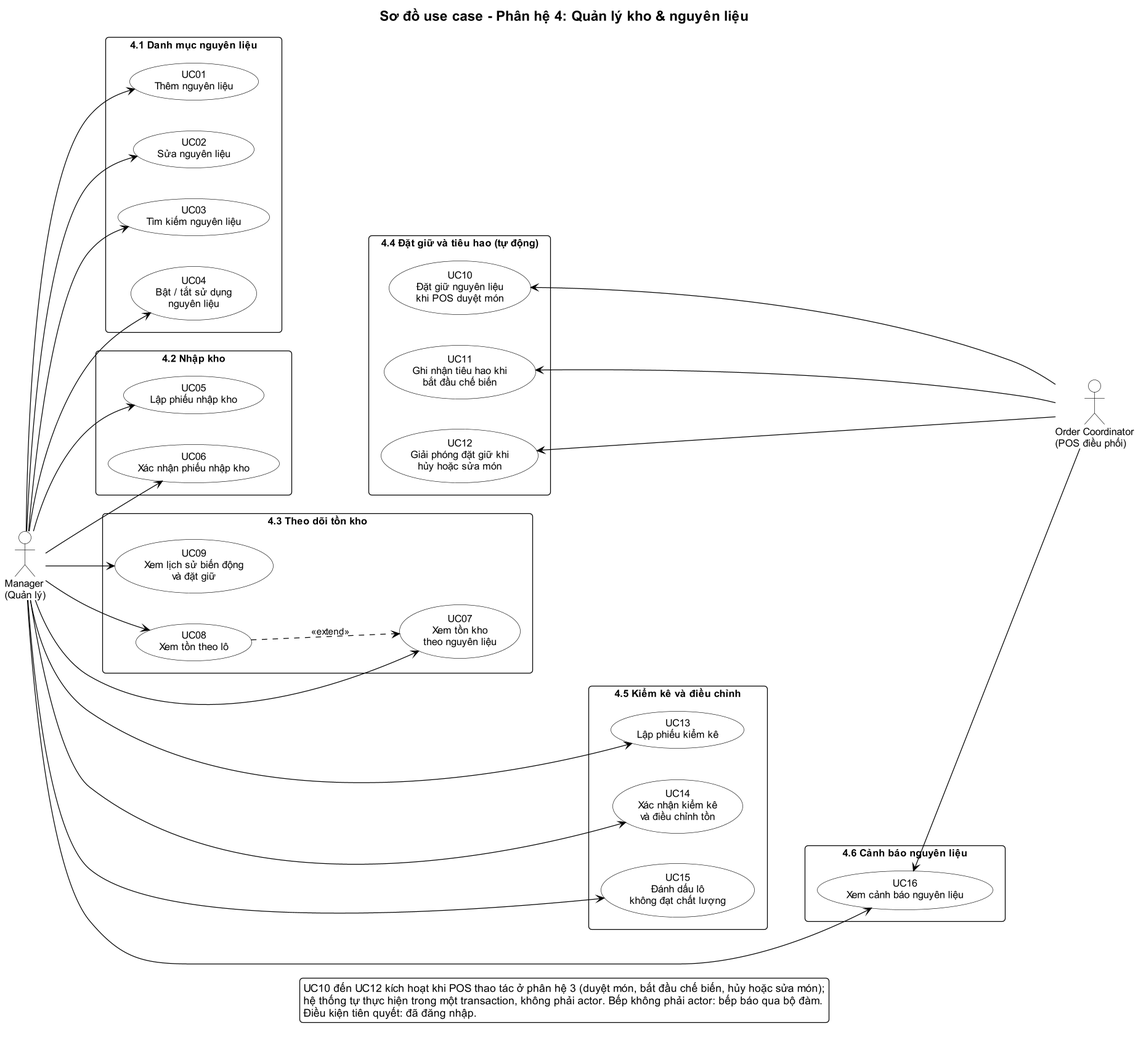
Anpham120/restaurant-management-system keeps this PlantUML diagram as docs/04-quan-ly-kho/usecase.png. Above is the earlier version.
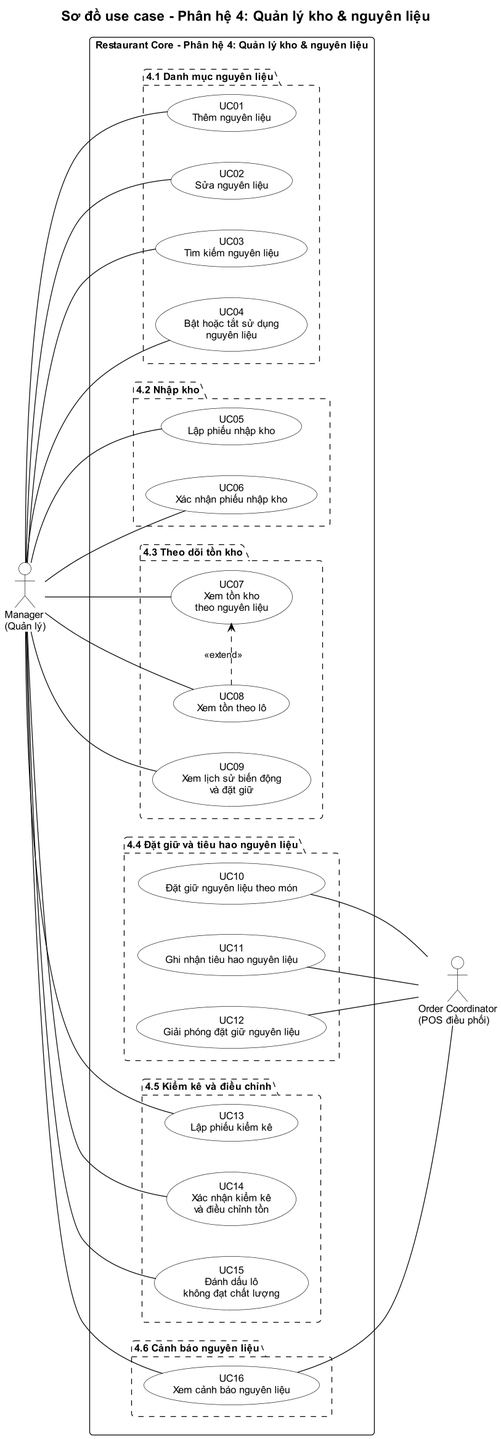
After the commit.

Change to the diagram source:
```diff
@@ -8,67 +8,60 @@
 actor "Manager\n(Quản lý)" as Manager
 actor "Order Coordinator\n(POS điều phối)" as Coord
 
-rectangle "4.1 Danh mục nguyên liệu" {
-  usecase "UC01\nThêm nguyên liệu" as UC01
-  usecase "UC02\nSửa nguyên liệu" as UC02
-  usecase "UC03\nTìm kiếm nguyên liệu" as UC03
-  usecase "UC04\nBật / tắt sử dụng\nnguyên liệu" as UC04
+rectangle "Restaurant Core - Phân hệ 4: Quản lý kho & nguyên liệu" {
+  package "4.1 Danh mục nguyên liệu" #FFFFFF;line.dashed {
+    usecase "UC01\nThêm nguyên liệu" as UC01
+    usecase "UC02\nSửa nguyên liệu" as UC02
+    usecase "UC03\nTìm kiếm nguyên liệu" as UC03
+    usecase "UC04\nBật hoặc tắt sử dụng\nnguyên liệu" as UC04
+  }
+
+  package "4.2 Nhập kho" #FFFFFF;line.dashed {
+    usecase "UC05\nLập phiếu nhập kho" as UC05
+    usecase "UC06\nXác nhận phiếu nhập kho" as UC06
+  }
+
+  package "4.3 Theo dõi tồn kho" #FFFFFF;line.dashed {
+    usecase "UC07\nXem tồn kho\ntheo nguyên liệu" as UC07
+    usecase "UC08\nXem tồn theo lô" as UC08
+    usecase "UC09\nXem lịch sử biến động\nvà đặt giữ" as UC09
+  }
+
+  package "4.4 Đặt giữ và tiêu hao nguyên liệu" #FFFFFF;line.dashed {
+    usecase "UC10\nĐặt giữ nguyên liệu theo món" as UC10
+    usecase "UC11\nGhi nhận tiêu hao nguyên liệu" as UC11
+    usecase "UC12\nGiải phóng đặt giữ nguyên liệu" as UC12
+  }
+
+  package "4.5 Kiểm kê và điều chỉnh" #FFFFFF;line.dashed {
+    usecase "UC13\nLập phiếu kiểm kê" as UC13
+    usecase "UC14\nXác nhận kiểm kê\nvà điều chỉnh tồn" as UC14
+    usecase "UC15\nĐánh dấu lô\nkhông đạt chất lượng" as UC15
+  }
+
+  package "4.6 Cảnh báo nguyên liệu" #FFFFFF;line.dashed {
+    usecase "UC16\nXem cảnh báo nguyên liệu" as UC16
+  }
 }
 
-rectangle "4.2 Nhập kho" {
-  usecase "UC05\nLập phiếu nhập kho" as UC05
-  usecase "UC06\nXác nhận phiếu nhập kho" as UC06
-}
+Manager -- UC01
+Manager -- UC02
+Manager -- UC03
+Manager -- UC04
+Manager -- UC05
+Manager -- UC06
+Manager -- UC07
+Manager -- UC08
+Manager -- UC09
+Manager -- UC13
+Manager -- UC14
+Manager -- UC15
+Manager -- UC16
 
-rectangle "4.3 Theo dõi tồn kho" {
-  usecase "UC07\nXem tồn kho\ntheo nguyên liệu" as UC07
-  usecase "UC08\nXem tồn theo lô" as UC08
-  usecase "UC09\nXem lịch sử biến động\nvà đặt giữ" as UC09
-}
+UC10 -- Coord
+UC11 -- Coord
+UC12 -- Coord
+UC16 -- Coord
 
-rectangle "4.4 Đặt giữ và tiêu hao (tự động)" {
-  usecase "UC10\nĐặt giữ nguyên liệu\nkhi POS duyệt món" as UC10
-  usecase "UC11\nGhi nhận tiêu hao khi\nbắt đầu chế biến" as UC11
-  usecase "UC12\nGiải phóng đặt giữ khi\nhủy hoặc sửa món" as UC12
-}
-
-rectangle "4.5 Kiểm kê và điều chỉnh" {
-  usecase "UC13\nLập phiếu kiểm kê" as UC13
-  usecase "UC14\nXác nhận kiểm kê\nvà điều chỉnh tồn" as UC14
-  usecase "UC15\nĐánh dấu lô\nkhông đạt chất lượng" as UC15
-}
-
-rectangle "4.6 Cảnh báo nguyên liệu" {
-  usecase "UC16\nXem cảnh báo nguyên liệu" as UC16
-}
-
-Manager --> UC01
-Manager --> UC02
-Manager --> UC03
-Manager --> UC04
-Manager --> UC05
-Manager --> UC06
-Manager --> UC07
-Manager --> UC08
-Manager --> UC09
-Manager --> UC13
-Manager --> UC14
-Manager --> UC15
-Manager --> UC16
-
-UC10 <-- Coord
-UC11 <-- Coord
-UC12 <-- Coord
-UC16 <-- Coord
-
-UC08 ..> UC07 : <<extend>>
-UC09 -[hidden]down-> UC10
-UC12 -[hidden]down-> UC13
-UC15 -[hidden]down-> UC16
-
-legend bottom
-  UC10 đến UC12 kích hoạt khi POS thao tác ở phân hệ 3 (duyệt món, bắt đầu chế biến, hủy hoặc sửa món);
-  hệ thống tự thực hiện trong một transaction, không phải actor. Bếp không phải actor: bếp báo qua bộ đàm.
-  Điều kiện tiên quyết: đã đăng nhập.
-endlegend
+UC08 .[norank].> UC07 : <<extend>>
 @enduml
```
